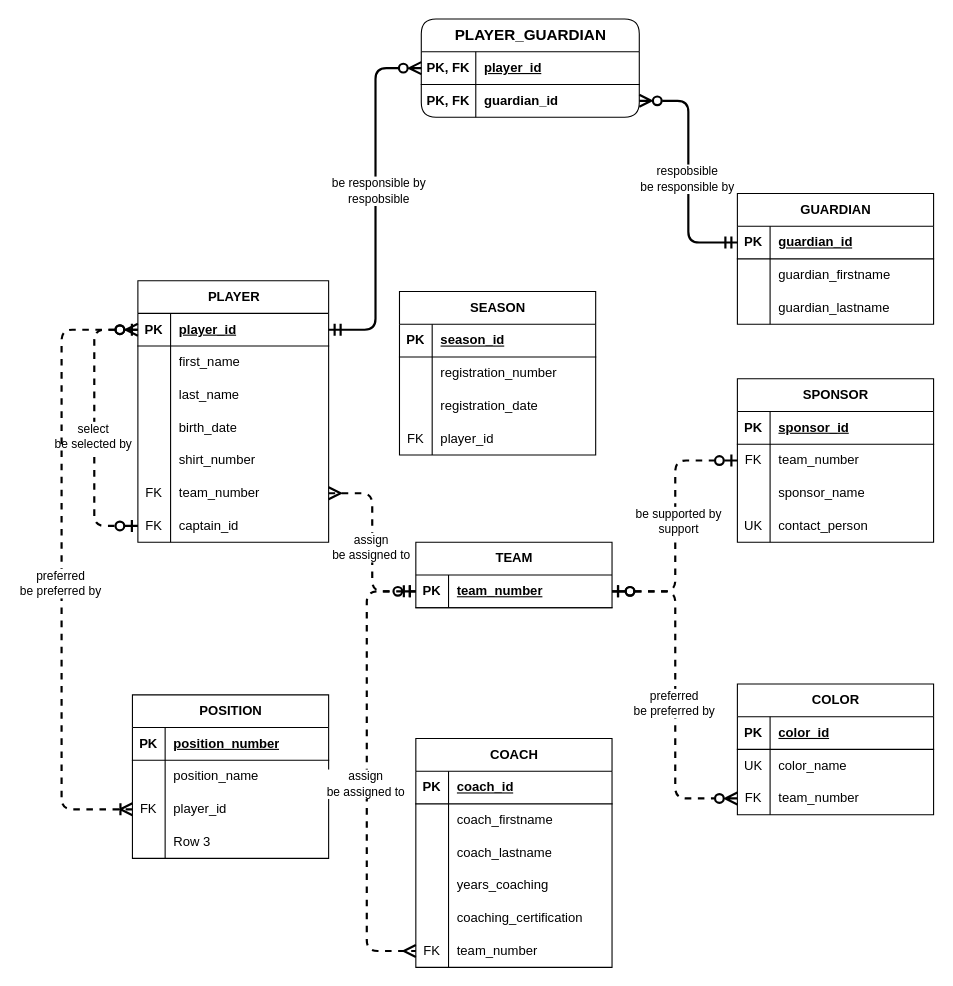
Before: relational-database-design/c3/P0308.drawio in qichendev/assignments, a draw.io diagram. Source tidied: cells renumbered, new cells numbered last; positions are measured from the earlier drawing's top-left corner, leaving out a move shared by most shapes. Both pictures are drawn from the tidied source at 109%, with x=0, y=0 at pixel (61, 19).
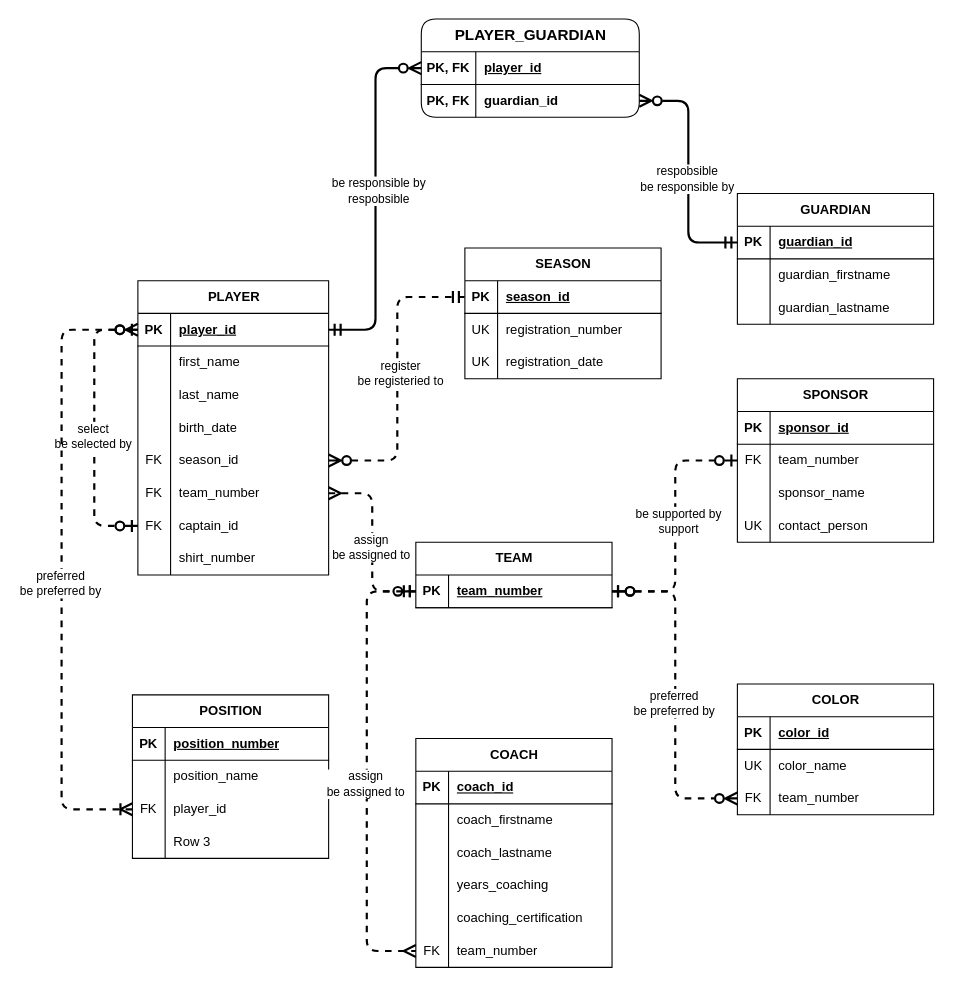
The same diagram, later.

The change refers to these unchanged cells:
```xml
<mxCell id="15" style="shape=tableRow;horizontal=0;startSize=0;swimlaneHead=0;swimlaneBody=0;fillColor=none;points=[[0,0.5],[1,0.5]];portConstraint=eastwest;top=0;left=0;right=0;bottom=0;" parent="2" vertex="1">
  <mxGeometry y="150" width="175" height="30" as="geometry" />
</mxCell>
<mxCell id="27" style="shape=tableRow;horizontal=0;startSize=0;swimlaneHead=0;swimlaneBody=0;fillColor=none;points=[[0,0.5],[1,0.5]];portConstraint=eastwest;top=0;left=0;right=0;bottom=1;" parent="26" vertex="1">
  <mxGeometry y="30" width="180" height="30" as="geometry" />
</mxCell>
<mxCell id="30" style="shape=tableRow;horizontal=0;startSize=0;swimlaneHead=0;swimlaneBody=0;fillColor=none;top=0;left=0;right=0;bottom=0;" parent="26" vertex="1">
  <mxGeometry y="60" width="180" height="30" as="geometry" />
</mxCell>
<mxCell id="33" style="shape=tableRow;horizontal=0;startSize=0;swimlaneHead=0;swimlaneBody=0;fillColor=none;top=0;left=0;right=0;bottom=0;" parent="26" vertex="1">
  <mxGeometry y="90" width="180" height="30" as="geometry" />
</mxCell>
```

Diff of the diagram source:
```diff
@@
     <mxCell id="2" value="PLAYER" style="shape=table;startSize=30;childLayout=tableLayout;rowLines=0;fontStyle=1;align=center;html=1;" parent="1" vertex="1">
-      <mxGeometry x="70" y="240" width="175" height="240" as="geometry" />
+      <mxGeometry x="70" y="240" width="175" height="270" as="geometry" />
     </mxCell>
@@
-    <mxCell id="16" style="shape=partialRectangle;fillColor=none;top=0;left=0;bottom=0;right=0;overflow=hidden;whiteSpace=wrap;html=1;" parent="15" vertex="1">
+    <mxCell id="16" value="FK" style="shape=partialRectangle;fillColor=none;top=0;left=0;bottom=0;right=0;overflow=hidden;whiteSpace=wrap;html=1;" parent="15" vertex="1">
       <mxGeometry width="30" height="30" as="geometry" />
     </mxCell>
-    <mxCell id="17" value="shirt_number" style="shape=partialRectangle;fillColor=none;top=0;left=0;bottom=0;right=0;align=left;spacingLeft=6;overflow=hidden;whiteSpace=wrap;html=1;" parent="15" vertex="1">
+    <mxCell id="17" value="season_id" style="shape=partialRectangle;fillColor=none;top=0;left=0;bottom=0;right=0;align=left;spacingLeft=6;overflow=hidden;whiteSpace=wrap;html=1;" parent="15" vertex="1">
       <mxGeometry x="30" width="145" height="30" as="geometry" />
     </mxCell>
@@
+    <mxCell id="129" style="shape=tableRow;horizontal=0;startSize=0;swimlaneHead=0;swimlaneBody=0;fillColor=none;top=0;left=0;right=0;bottom=0;" parent="2" vertex="1">
+      <mxGeometry y="240" width="175" height="30" as="geometry" />
+    </mxCell>
+    <mxCell id="130" style="shape=partialRectangle;fillColor=none;top=0;left=0;bottom=0;right=0;overflow=hidden;whiteSpace=wrap;html=1;" parent="129" vertex="1">
+      <mxGeometry width="30" height="30" as="geometry" />
+    </mxCell>
+    <mxCell id="131" value="shirt_number" style="shape=partialRectangle;fillColor=none;top=0;left=0;bottom=0;right=0;align=left;spacingLeft=6;overflow=hidden;whiteSpace=wrap;html=1;" parent="129" vertex="1">
+      <mxGeometry x="30" width="145" height="30" as="geometry" />
+    </mxCell>
     <mxCell id="26" value="SEASON" style="shape=table;startSize=30;childLayout=tableLayout;rowLines=0;fontStyle=1;align=center;html=1;" parent="1" vertex="1">
-      <mxGeometry x="310" y="250" width="180" height="150" as="geometry" />
+      <mxGeometry x="370" y="210" width="180" height="120" as="geometry" />
     </mxCell>
@@
-    <mxCell id="31" style="shape=partialRectangle;fillColor=none;top=0;left=0;bottom=0;right=0;overflow=hidden;whiteSpace=wrap;html=1;" parent="30" vertex="1">
+    <mxCell id="31" value="UK" style="shape=partialRectangle;fillColor=none;top=0;left=0;bottom=0;right=0;overflow=hidden;whiteSpace=wrap;html=1;" parent="30" vertex="1">
       <mxGeometry width="30" height="30" as="geometry" />
     </mxCell>
@@
-    <mxCell id="34" style="shape=partialRectangle;fillColor=none;top=0;left=0;bottom=0;right=0;overflow=hidden;whiteSpace=wrap;html=1;" parent="33" vertex="1">
+    <mxCell id="34" value="UK" style="shape=partialRectangle;fillColor=none;top=0;left=0;bottom=0;right=0;overflow=hidden;whiteSpace=wrap;html=1;" parent="33" vertex="1">
       <mxGeometry width="30" height="30" as="geometry" />
     </mxCell>
@@
-    <mxCell id="36" style="shape=tableRow;horizontal=0;startSize=0;swimlaneHead=0;swimlaneBody=0;fillColor=none;top=0;left=0;right=0;bottom=0;" parent="26" vertex="1">
-      <mxGeometry y="120" width="180" height="30" as="geometry" />
-    </mxCell>
-    <mxCell id="37" value="FK" style="shape=partialRectangle;fillColor=none;top=0;left=0;bottom=0;right=0;overflow=hidden;whiteSpace=wrap;html=1;" parent="36" vertex="1">
-      <mxGeometry width="30" height="30" as="geometry" />
-    </mxCell>
-    <mxCell id="38" value="player_id" style="shape=partialRectangle;fillColor=none;top=0;left=0;bottom=0;right=0;align=left;spacingLeft=6;overflow=hidden;whiteSpace=wrap;html=1;" parent="36" vertex="1">
-      <mxGeometry x="30" width="150" height="30" as="geometry" />
-    </mxCell>
@@
+    <mxCell id="132" style="edgeStyle=elbowEdgeStyle;fontSize=12;html=1;endArrow=ERmandOne;startArrow=ERzeroToMany;rounded=1;endSize=8;startSize=8;strokeWidth=2;dashed=1;jumpStyle=none;curved=0;startFill=0;endFill=0;entryX=0;entryY=0.5;entryDx=0;entryDy=0;exitX=1;exitY=0.5;exitDx=0;exitDy=0;" parent="1" edge="1" source="15" target="27">
+      <mxGeometry relative="1" as="geometry" />
+    </mxCell>
+    <mxCell id="133" value="register&lt;div&gt;be registeried to&lt;/div&gt;" style="edgeLabel;html=1;align=center;verticalAlign=middle;" parent="132" vertex="1">
+      <mxGeometry x="0.05" y="-2" relative="1" as="geometry" />
+    </mxCell>
```
